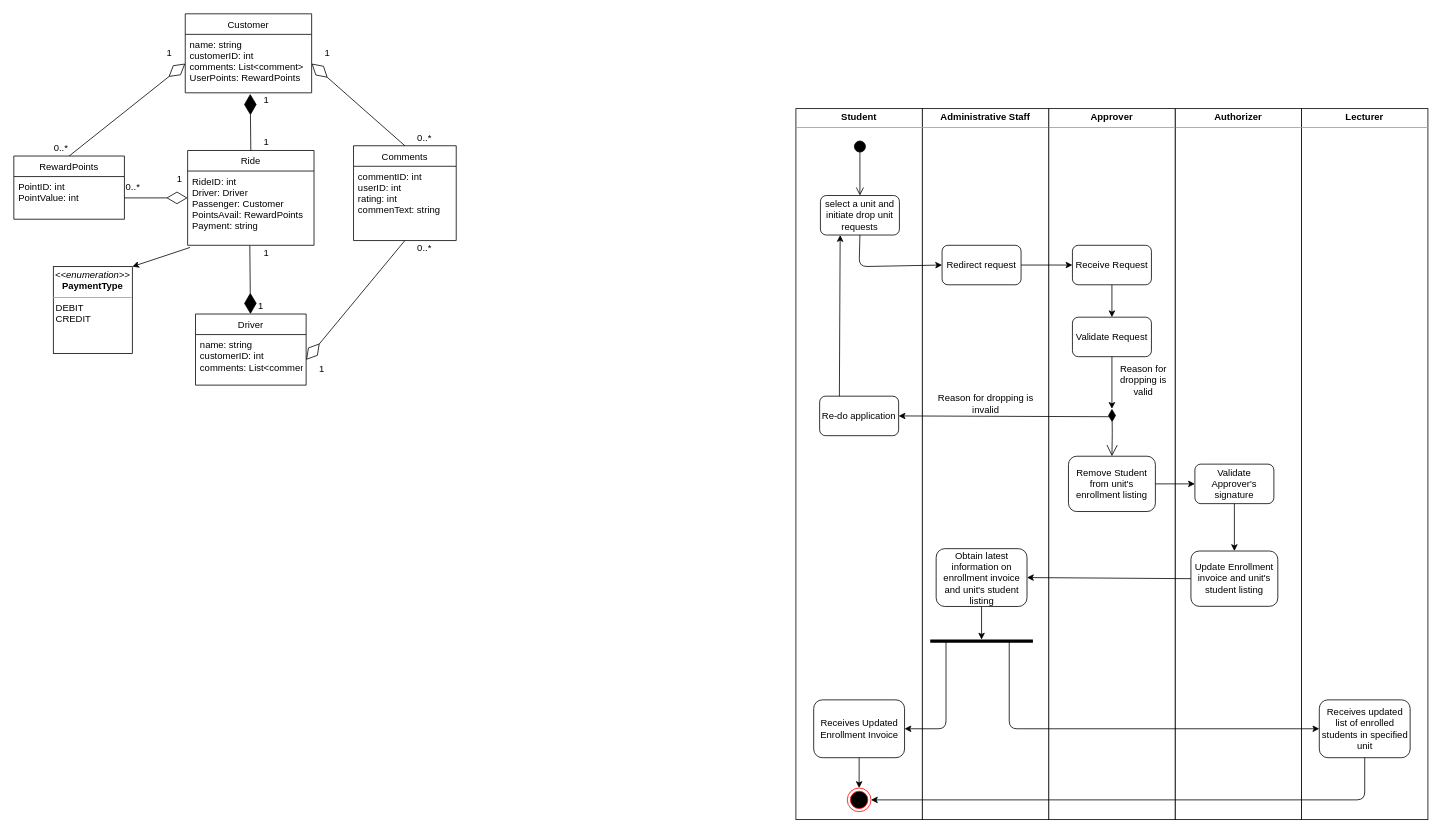
Before: Credit6bDP1.drawio in LastMinuteBanter/DistinctionTaskUML, a draw.io diagram. Source tidied: cells renumbered, new cells numbered last; positions are measured from the earlier drawing's top-left corner, leaving out a move shared by most shapes. Both pictures are drawn from the tidied source at 79%, with x=0, y=0 at pixel (13, 13).
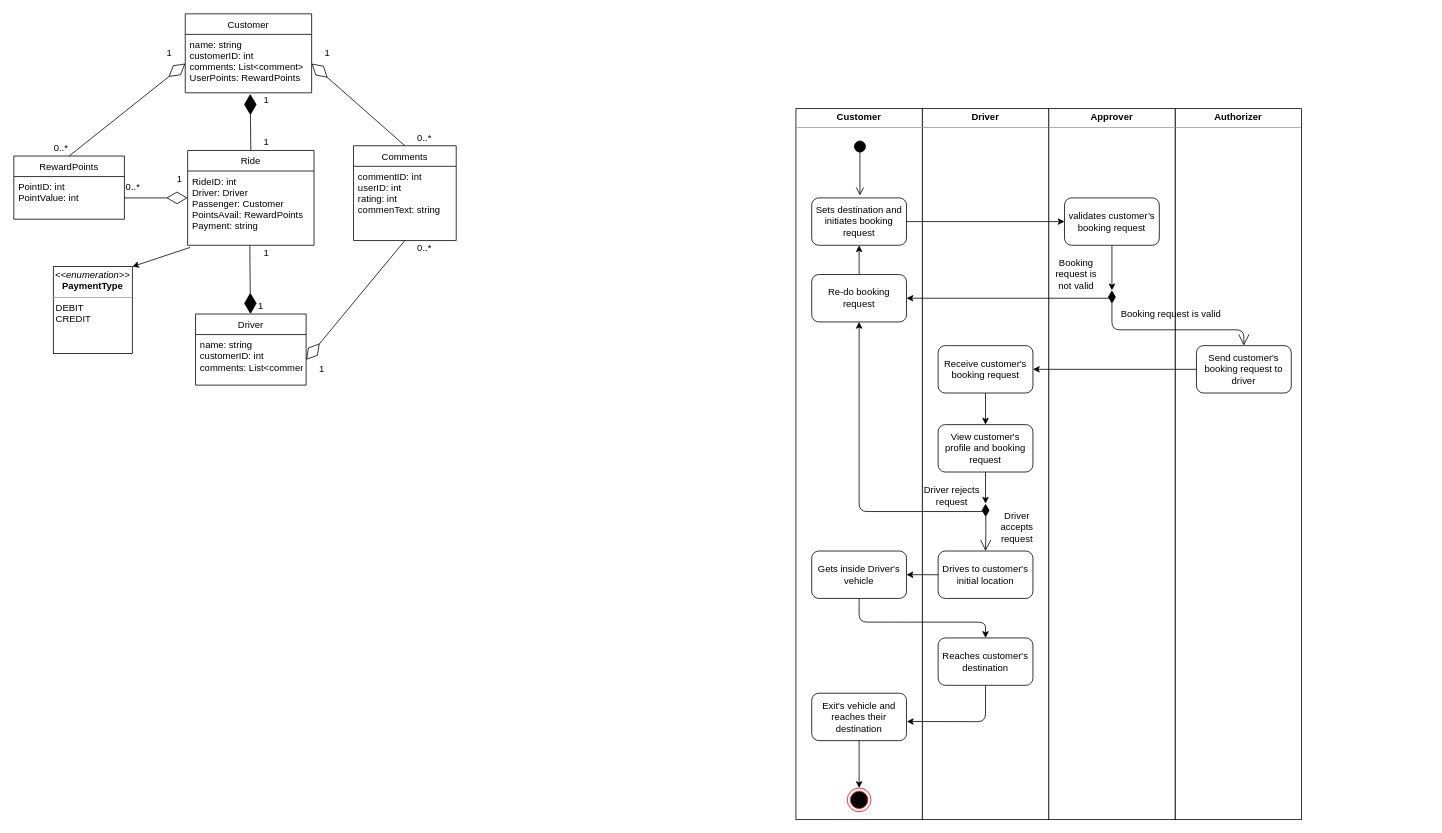
Above is the later version.

Unchanged cells that the change refers to:
```xml
<mxCell id="65" style="ellipse;html=1;shape=endState;fillColor=#000000;strokeColor=#ff0000;" parent="1" vertex="1">
  <mxGeometry x="1055" y="980" width="30" height="30" as="geometry" />
</mxCell>
```

Change to the diagram source:
```diff
@@
-    <mxCell id="34" value="&lt;p style=&quot;margin: 0px ; margin-top: 4px ; text-align: center&quot;&gt;&lt;b&gt;Student&lt;/b&gt;&lt;br&gt;&lt;/p&gt;&lt;hr size=&quot;1&quot;&gt;&lt;div style=&quot;height: 2px&quot;&gt;&lt;/div&gt;" style="verticalAlign=top;align=left;overflow=fill;fontSize=12;fontFamily=Helvetica;html=1;" parent="1" vertex="1">
+    <mxCell id="34" value="&lt;p style=&quot;margin: 0px ; margin-top: 4px ; text-align: center&quot;&gt;&lt;b&gt;Customer&lt;/b&gt;&lt;br&gt;&lt;/p&gt;&lt;hr size=&quot;1&quot;&gt;&lt;div style=&quot;height: 2px&quot;&gt;&lt;/div&gt;" style="verticalAlign=top;align=left;overflow=fill;fontSize=12;fontFamily=Helvetica;html=1;" parent="1" vertex="1">
       <mxGeometry x="990" y="120" width="160" height="900" as="geometry" />
     </mxCell>
-    <mxCell id="35" value="&lt;p style=&quot;margin: 0px ; margin-top: 4px ; text-align: center&quot;&gt;&lt;b&gt;Administrative Staff&lt;/b&gt;&lt;/p&gt;&lt;hr size=&quot;1&quot;&gt;&lt;div style=&quot;height: 2px&quot;&gt;&lt;/div&gt;" style="verticalAlign=top;align=left;overflow=fill;fontSize=12;fontFamily=Helvetica;html=1;" parent="1" vertex="1">
+    <mxCell id="35" value="&lt;p style=&quot;margin: 0px ; margin-top: 4px ; text-align: center&quot;&gt;&lt;b&gt;Driver&lt;/b&gt;&lt;/p&gt;&lt;hr size=&quot;1&quot;&gt;&lt;div style=&quot;height: 2px&quot;&gt;&lt;/div&gt;" style="verticalAlign=top;align=left;overflow=fill;fontSize=12;fontFamily=Helvetica;html=1;" parent="1" vertex="1">
       <mxGeometry x="1150" y="120" width="160" height="900" as="geometry" />
     </mxCell>
@@
-    <mxCell id="37" value="&lt;span&gt;select a unit and initiate drop unit requests&lt;/span&gt;" style="rounded=1;whiteSpace=wrap;html=1;" parent="1" vertex="1">
-      <mxGeometry x="1021" y="230" width="100" height="50" as="geometry" />
-    </mxCell>
-    <mxCell id="38" style="endArrow=classic;html=1;exitX=0.5;exitY=1;exitDx=0;exitDy=0;entryX=0;entryY=0.5;entryDx=0;entryDy=0;" parent="1" edge="1" source="37" target="39">
-      <mxGeometry relative="1" as="geometry">
-        <Array as="points">
-          <mxPoint x="1070" y="320" />
-        </Array>
-      </mxGeometry>
-    </mxCell>
-    <mxCell id="39" value="Redirect request" style="rounded=1;whiteSpace=wrap;html=1;" parent="1" vertex="1">
-      <mxGeometry x="1175" y="293" width="100" height="50" as="geometry" />
-    </mxCell>
-    <mxCell id="40" value="Receive Request" style="rounded=1;whiteSpace=wrap;html=1;" parent="1" vertex="1">
-      <mxGeometry x="1340" y="293" width="100" height="50" as="geometry" />
-    </mxCell>
-    <mxCell id="41" value="Validate Request" style="rounded=1;whiteSpace=wrap;html=1;" parent="1" vertex="1">
-      <mxGeometry x="1340" y="384" width="100" height="50" as="geometry" />
-    </mxCell>
-    <mxCell id="42" value="&lt;p style=&quot;margin: 0px ; margin-top: 4px ; text-align: center&quot;&gt;&lt;b&gt;Lecturer&lt;/b&gt;&lt;/p&gt;&lt;hr size=&quot;1&quot;&gt;&lt;div style=&quot;height: 2px&quot;&gt;&lt;/div&gt;" style="verticalAlign=top;align=left;overflow=fill;fontSize=12;fontFamily=Helvetica;html=1;" parent="1" vertex="1">
-      <mxGeometry x="1630" y="120" width="160" height="900" as="geometry" />
-    </mxCell>
-    <mxCell id="43" value="Remove Student from unit's enrollment listing" style="rounded=1;whiteSpace=wrap;html=1;" parent="1" vertex="1">
-      <mxGeometry x="1335" y="560" width="110" height="70" as="geometry" />
-    </mxCell>
-    <mxCell id="44" value="Validate Approver's signature" style="rounded=1;whiteSpace=wrap;html=1;" parent="1" vertex="1">
-      <mxGeometry x="1495" y="570" width="100" height="50" as="geometry" />
-    </mxCell>
-    <mxCell id="45" value="Update Enrollment invoice and unit's student listing " style="rounded=1;whiteSpace=wrap;html=1;" parent="1" vertex="1">
-      <mxGeometry x="1490" y="680" width="110" height="70" as="geometry" />
-    </mxCell>
-    <mxCell id="46" style="endArrow=classic;html=1;exitX=1;exitY=0.5;exitDx=0;exitDy=0;entryX=0;entryY=0.5;entryDx=0;entryDy=0;" parent="1" edge="1" source="39" target="40">
-      <mxGeometry relative="1" as="geometry" />
-    </mxCell>
-    <mxCell id="47" style="endArrow=classic;html=1;exitX=0.5;exitY=1;exitDx=0;exitDy=0;entryX=0.5;entryY=0;entryDx=0;entryDy=0;" parent="1" edge="1" source="40" target="41">
-      <mxGeometry relative="1" as="geometry" />
-    </mxCell>
-    <mxCell id="48" style="endArrow=classic;html=1;exitX=1;exitY=0.5;exitDx=0;exitDy=0;entryX=0;entryY=0.5;entryDx=0;entryDy=0;" parent="1" edge="1" source="43" target="44">
-      <mxGeometry relative="1" as="geometry" />
-    </mxCell>
-    <mxCell id="49" style="endArrow=classic;html=1;exitX=0.5;exitY=1;exitDx=0;exitDy=0;entryX=0.5;entryY=0;entryDx=0;entryDy=0;" parent="1" edge="1" source="44" target="45">
-      <mxGeometry relative="1" as="geometry" />
-    </mxCell>
-    <mxCell id="50" style="endArrow=open;html=1;endSize=12;startArrow=diamondThin;startSize=14;startFill=1;edgeStyle=orthogonalEdgeStyle;align=left;verticalAlign=bottom;entryX=0.5;entryY=0;entryDx=0;entryDy=0;" parent="1" edge="1" target="43">
-      <mxGeometry x="-1" y="14" relative="1" as="geometry">
-        <mxPoint x="1390" y="500" as="sourcePoint" />
-        <mxPoint x="-4" y="-10" as="offset" />
-      </mxGeometry>
-    </mxCell>
-    <mxCell id="51" style="endArrow=classic;html=1;exitX=0.5;exitY=1;exitDx=0;exitDy=0;" parent="1" edge="1" source="41">
-      <mxGeometry relative="1" as="geometry">
-        <mxPoint x="1390" y="500" as="targetPoint" />
-      </mxGeometry>
-    </mxCell>
-    <mxCell id="52" style="line;strokeWidth=4;html=1;perimeter=backbonePerimeter;points=[];outlineConnect=0;" parent="1" vertex="1">
-      <mxGeometry x="1160" y="790" width="130" height="8.1" as="geometry" />
-    </mxCell>
-    <mxCell id="53" value="Obtain latest information on enrollment invoice and unit's student listing" style="rounded=1;whiteSpace=wrap;html=1;" parent="1" vertex="1">
-      <mxGeometry x="1167.5" y="677" width="115" height="73.2" as="geometry" />
-    </mxCell>
-    <mxCell id="54" style="endArrow=classic;html=1;exitX=0.5;exitY=1;exitDx=0;exitDy=0;" parent="1" edge="1" source="53" target="52">
-      <mxGeometry relative="1" as="geometry" />
-    </mxCell>
-    <mxCell id="55" value="&lt;span&gt;Receives Updated Enrollment Invoice&lt;/span&gt;" style="rounded=1;whiteSpace=wrap;html=1;" parent="1" vertex="1">
-      <mxGeometry x="1012.5" y="868.4" width="115" height="73.2" as="geometry" />
-    </mxCell>
-    <mxCell id="56" style="endArrow=classic;html=1;entryX=1;entryY=0.5;entryDx=0;entryDy=0;" parent="1" edge="1" source="52" target="55">
-      <mxGeometry relative="1" as="geometry">
-        <Array as="points">
-          <mxPoint x="1180" y="905" />
-        </Array>
-      </mxGeometry>
-    </mxCell>
-    <mxCell id="57" value="&lt;span&gt;Receives updated list of enrolled students in specified unit&lt;/span&gt;" style="rounded=1;whiteSpace=wrap;html=1;" parent="1" vertex="1">
-      <mxGeometry x="1652.5" y="868.4" width="115" height="73.2" as="geometry" />
-    </mxCell>
-    <mxCell id="58" style="endArrow=classic;html=1;entryX=0;entryY=0.5;entryDx=0;entryDy=0;" parent="1" edge="1" source="52" target="57">
-      <mxGeometry relative="1" as="geometry">
-        <Array as="points">
-          <mxPoint x="1260" y="905" />
-        </Array>
-      </mxGeometry>
-    </mxCell>
-    <mxCell id="59" style="endArrow=classic;html=1;entryX=1;entryY=0.5;entryDx=0;entryDy=0;exitX=0;exitY=0.5;exitDx=0;exitDy=0;" parent="1" edge="1" source="45" target="53">
-      <mxGeometry relative="1" as="geometry" />
-    </mxCell>
-    <mxCell id="60" style="endArrow=classic;html=1;entryX=1;entryY=0.5;entryDx=0;entryDy=0;" parent="1" edge="1" target="61">
-      <mxGeometry relative="1" as="geometry">
-        <mxPoint x="1390" y="510" as="sourcePoint" />
-      </mxGeometry>
-    </mxCell>
-    <mxCell id="61" value="Re-do application " style="rounded=1;whiteSpace=wrap;html=1;" parent="1" vertex="1">
-      <mxGeometry x="1020" y="484" width="100" height="50" as="geometry" />
-    </mxCell>
-    <mxCell id="62" style="endArrow=classic;html=1;exitX=0.25;exitY=0;exitDx=0;exitDy=0;entryX=0.25;entryY=1;entryDx=0;entryDy=0;" parent="1" edge="1" source="61" target="37">
-      <mxGeometry relative="1" as="geometry" />
-    </mxCell>
-    <mxCell id="63" value="Reason for dropping is invalid" style="text;html=1;strokeColor=none;fillColor=none;align=center;verticalAlign=middle;whiteSpace=wrap;rounded=0;" parent="1" vertex="1">
-      <mxGeometry x="1157.5" y="484" width="145" height="20" as="geometry" />
-    </mxCell>
-    <mxCell id="64" value="Reason for dropping is valid" style="text;html=1;strokeColor=none;fillColor=none;align=center;verticalAlign=middle;whiteSpace=wrap;rounded=0;" parent="1" vertex="1">
-      <mxGeometry x="1390" y="434" width="80" height="60" as="geometry" />
-    </mxCell>
@@
-    <mxCell id="66" style="endArrow=classic;html=1;exitX=0.5;exitY=1;exitDx=0;exitDy=0;entryX=0.5;entryY=0;entryDx=0;entryDy=0;" parent="1" edge="1" source="55" target="65">
-      <mxGeometry relative="1" as="geometry" />
-    </mxCell>
-    <mxCell id="67" style="endArrow=classic;html=1;entryX=1;entryY=0.5;entryDx=0;entryDy=0;exitX=0.5;exitY=1;exitDx=0;exitDy=0;" parent="1" edge="1" source="57" target="65">
-      <mxGeometry relative="1" as="geometry">
-        <Array as="points">
-          <mxPoint x="1710" y="995" />
-        </Array>
-      </mxGeometry>
-    </mxCell>
+    <mxCell id="68" value="Sets destination and initiates booking request" style="rounded=1;whiteSpace=wrap;html=1;" parent="1" vertex="1">
+      <mxGeometry x="1010" y="233" width="120" height="60" as="geometry" />
+    </mxCell>
+    <mxCell id="69" value="&lt;span lang=&quot;EN-GB&quot;&gt;validates customer’s booking request&lt;/span&gt;" style="rounded=1;whiteSpace=wrap;html=1;" parent="1" vertex="1">
+      <mxGeometry x="1330" y="233" width="120" height="60" as="geometry" />
+    </mxCell>
+    <mxCell id="70" style="endArrow=classic;html=1;exitX=1;exitY=0.5;exitDx=0;exitDy=0;entryX=0;entryY=0.5;entryDx=0;entryDy=0;" parent="1" edge="1" source="68" target="69">
+      <mxGeometry relative="1" as="geometry" />
+    </mxCell>
+    <mxCell id="71" value="Send customer's booking request to driver" style="rounded=1;whiteSpace=wrap;html=1;" parent="1" vertex="1">
+      <mxGeometry x="1497" y="420" width="120" height="60" as="geometry" />
+    </mxCell>
+    <mxCell id="72" style="endArrow=open;html=1;endSize=12;startArrow=diamondThin;startSize=14;startFill=1;edgeStyle=orthogonalEdgeStyle;align=left;verticalAlign=bottom;entryX=0.5;entryY=0;entryDx=0;entryDy=0;" parent="1" edge="1" target="71">
+      <mxGeometry x="-0.8" y="14" relative="1" as="geometry">
+        <mxPoint x="1390" y="350" as="sourcePoint" />
+        <Array as="points">
+          <mxPoint x="1390" y="400" />
+          <mxPoint x="1557" y="400" />
+        </Array>
+        <mxPoint x="-4" y="-10" as="offset" />
+      </mxGeometry>
+    </mxCell>
+    <mxCell id="73" style="endArrow=classic;html=1;exitX=0.5;exitY=1;exitDx=0;exitDy=0;" parent="1" edge="1" source="69">
+      <mxGeometry relative="1" as="geometry">
+        <mxPoint x="1390" y="350" as="targetPoint" />
+      </mxGeometry>
+    </mxCell>
+    <mxCell id="74" value="Receive customer's booking request" style="rounded=1;whiteSpace=wrap;html=1;" parent="1" vertex="1">
+      <mxGeometry x="1170" y="420" width="120" height="60" as="geometry" />
+    </mxCell>
+    <mxCell id="75" value="View customer's profile and booking request" style="rounded=1;whiteSpace=wrap;html=1;" parent="1" vertex="1">
+      <mxGeometry x="1170" y="520" width="120" height="60" as="geometry" />
+    </mxCell>
+    <mxCell id="76" style="endArrow=classic;html=1;exitX=0.5;exitY=1;exitDx=0;exitDy=0;" parent="1" edge="1" source="75">
+      <mxGeometry relative="1" as="geometry">
+        <mxPoint x="1230" y="620" as="targetPoint" />
+      </mxGeometry>
+    </mxCell>
+    <mxCell id="77" value="Drives to customer's initial location" style="rounded=1;whiteSpace=wrap;html=1;" parent="1" vertex="1">
+      <mxGeometry x="1170" y="680" width="120" height="60" as="geometry" />
+    </mxCell>
+    <mxCell id="78" style="endArrow=open;html=1;endSize=12;startArrow=diamondThin;startSize=14;startFill=1;edgeStyle=orthogonalEdgeStyle;align=left;verticalAlign=bottom;entryX=0.5;entryY=0;entryDx=0;entryDy=0;" parent="1" edge="1" target="77">
+      <mxGeometry x="-1" y="3" relative="1" as="geometry">
+        <mxPoint x="1230" y="620" as="sourcePoint" />
+      </mxGeometry>
+    </mxCell>
+    <mxCell id="79" style="endArrow=classic;html=1;exitX=0;exitY=0.5;exitDx=0;exitDy=0;entryX=1;entryY=0.5;entryDx=0;entryDy=0;" parent="1" edge="1" source="71" target="74">
+      <mxGeometry relative="1" as="geometry" />
+    </mxCell>
+    <mxCell id="80" style="endArrow=classic;html=1;exitX=0.5;exitY=1;exitDx=0;exitDy=0;entryX=0.5;entryY=0;entryDx=0;entryDy=0;" parent="1" edge="1" source="74" target="75">
+      <mxGeometry relative="1" as="geometry" />
+    </mxCell>
+    <mxCell id="81" value="Gets inside Driver's vehicle" style="rounded=1;whiteSpace=wrap;html=1;" parent="1" vertex="1">
+      <mxGeometry x="1010" y="680" width="120" height="60" as="geometry" />
+    </mxCell>
+    <mxCell id="82" value="Reaches customer's destination" style="rounded=1;whiteSpace=wrap;html=1;" parent="1" vertex="1">
+      <mxGeometry x="1170" y="790" width="120" height="60" as="geometry" />
+    </mxCell>
+    <mxCell id="83" value="Exit's vehicle and reaches their destination" style="rounded=1;whiteSpace=wrap;html=1;" parent="1" vertex="1">
+      <mxGeometry x="1010" y="860" width="120" height="60" as="geometry" />
+    </mxCell>
+    <mxCell id="84" style="endArrow=classic;html=1;exitX=0;exitY=0.5;exitDx=0;exitDy=0;" parent="1" edge="1" source="77">
+      <mxGeometry relative="1" as="geometry">
+        <mxPoint x="1130" y="710" as="targetPoint" />
+      </mxGeometry>
+    </mxCell>
+    <mxCell id="85" style="endArrow=classic;html=1;exitX=0.5;exitY=1;exitDx=0;exitDy=0;entryX=0.5;entryY=0;entryDx=0;entryDy=0;" parent="1" edge="1" source="81" target="82">
+      <mxGeometry relative="1" as="geometry">
+        <Array as="points">
+          <mxPoint x="1070" y="770" />
+          <mxPoint x="1120" y="770" />
+          <mxPoint x="1230" y="770" />
+        </Array>
+      </mxGeometry>
+    </mxCell>
+    <mxCell id="86" style="endArrow=classic;html=1;entryX=1.003;entryY=0.597;entryDx=0;entryDy=0;entryPerimeter=0;exitX=0.5;exitY=1;exitDx=0;exitDy=0;" parent="1" edge="1" source="82" target="83">
+      <mxGeometry relative="1" as="geometry">
+        <Array as="points">
+          <mxPoint x="1230" y="896" />
+        </Array>
+      </mxGeometry>
+    </mxCell>
+    <mxCell id="87" style="endArrow=classic;html=1;entryX=1;entryY=0.5;entryDx=0;entryDy=0;" parent="1" edge="1" target="88">
+      <mxGeometry relative="1" as="geometry">
+        <mxPoint x="1390" y="360" as="sourcePoint" />
+      </mxGeometry>
+    </mxCell>
+    <mxCell id="88" value="Re-do booking request" style="rounded=1;whiteSpace=wrap;html=1;" parent="1" vertex="1">
+      <mxGeometry x="1010" y="330" width="120" height="60" as="geometry" />
+    </mxCell>
+    <mxCell id="89" style="endArrow=classic;html=1;entryX=0.5;entryY=1;entryDx=0;entryDy=0;exitX=0.5;exitY=0;exitDx=0;exitDy=0;" parent="1" edge="1" source="88" target="68">
+      <mxGeometry relative="1" as="geometry" />
+    </mxCell>
+    <mxCell id="90" style="endArrow=classic;html=1;entryX=0.5;entryY=1;entryDx=0;entryDy=0;" parent="1" edge="1" target="88">
+      <mxGeometry relative="1" as="geometry">
+        <mxPoint x="1230" y="630" as="sourcePoint" />
+        <Array as="points">
+          <mxPoint x="1070" y="630" />
+        </Array>
+      </mxGeometry>
+    </mxCell>
+    <mxCell id="91" value="Driver accepts request" style="text;html=1;strokeColor=none;fillColor=none;align=center;verticalAlign=middle;whiteSpace=wrap;rounded=0;" parent="1" vertex="1">
+      <mxGeometry x="1240" y="640" width="60" height="20" as="geometry" />
+    </mxCell>
+    <mxCell id="92" value="Booking request is not valid" style="text;html=1;strokeColor=none;fillColor=none;align=center;verticalAlign=middle;whiteSpace=wrap;rounded=0;" parent="1" vertex="1">
+      <mxGeometry x="1310" y="320" width="70" height="20" as="geometry" />
+    </mxCell>
+    <mxCell id="93" value="Driver rejects request" style="text;html=1;strokeColor=none;fillColor=none;align=center;verticalAlign=middle;whiteSpace=wrap;rounded=0;" parent="1" vertex="1">
+      <mxGeometry x="1145" y="600" width="85" height="20" as="geometry" />
+    </mxCell>
+    <mxCell id="94" value="Booking request is valid" style="text;html=1;strokeColor=none;fillColor=none;align=center;verticalAlign=middle;whiteSpace=wrap;rounded=0;" parent="1" vertex="1">
+      <mxGeometry x="1400" y="370" width="130" height="20" as="geometry" />
+    </mxCell>
+    <mxCell id="95" style="endArrow=classic;html=1;exitX=0.5;exitY=1;exitDx=0;exitDy=0;entryX=0.5;entryY=0;entryDx=0;entryDy=0;" parent="1" edge="1" source="83" target="65">
+      <mxGeometry relative="1" as="geometry" />
+    </mxCell>
```
